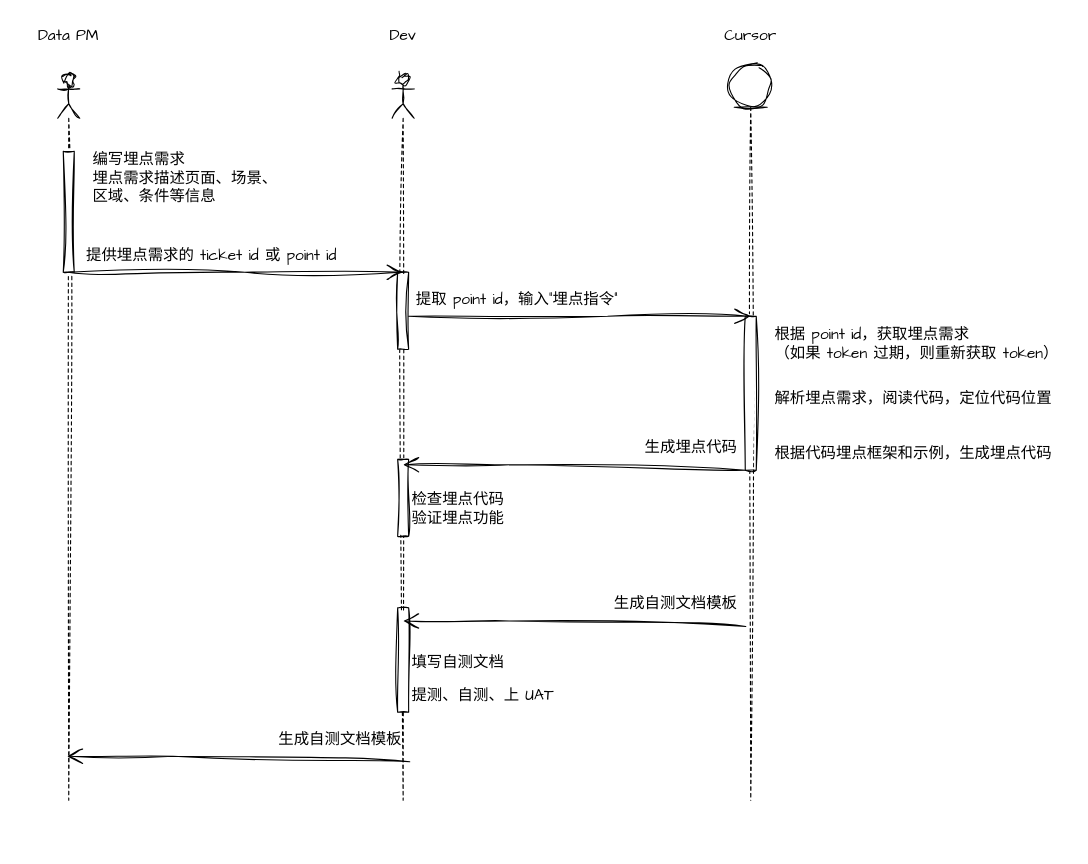
Darkindom/draw-the-diagrams keeps this draw.io diagram as Cursor绘图.drawio. Above is the earlier version. Source tidied: cells renumbered, new cells numbered last; positions are measured from the earlier drawing's top-left corner, leaving out a move shared by most shapes. Both pictures are drawn from the tidied source at 110%, with x=0, y=0 at pixel (35, 19).
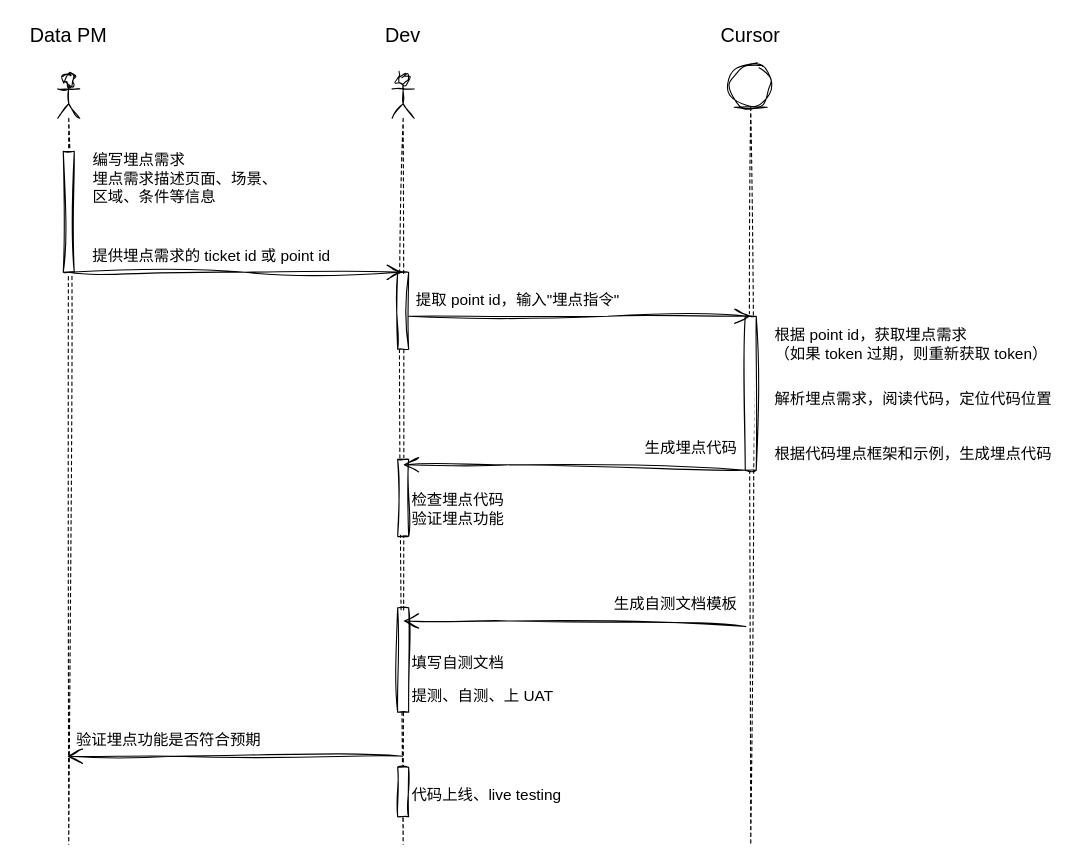
Above is the later version.

Diff of the diagram source:
```diff
@@
-    <mxCell id="2" style="shape=umlLifeline;perimeter=lifelinePerimeter;whiteSpace=wrap;html=1;outlineConnect=0;portConstraint=eastwest;newEdgeStyle={&quot;curved&quot;:0,&quot;rounded&quot;:0};participant=umlActor;sketch=1;hachureGap=4;jiggle=2;curveFitting=1;fontFamily=Architects Daughter;fontSize=14;" parent="1" vertex="1">
-      <mxGeometry x="20" y="50" width="20" height="660" as="geometry" />
+    <mxCell id="2" style="shape=umlLifeline;perimeter=lifelinePerimeter;whiteSpace=wrap;html=1;outlineConnect=0;portConstraint=eastwest;newEdgeStyle={&quot;curved&quot;:0,&quot;rounded&quot;:0};participant=umlActor;sketch=1;hachureGap=4;jiggle=2;curveFitting=1;fontFamily=手札体-简;fontSize=14;" parent="1" vertex="1">
+      <mxGeometry x="20" y="50" width="20" height="700" as="geometry" />
     </mxCell>
-    <mxCell id="3" style="html=1;perimeter=orthogonalPerimeter;targetShapes=umlLifeline;newEdgeStyle={&quot;curved&quot;:0,&quot;rounded&quot;:0};sketch=1;hachureGap=4;jiggle=2;curveFitting=1;fontFamily=Architects Daughter;fontSize=14;" parent="2" vertex="1">
+    <mxCell id="3" style="html=1;perimeter=orthogonalPerimeter;targetShapes=umlLifeline;newEdgeStyle={&quot;curved&quot;:0,&quot;rounded&quot;:0};sketch=1;hachureGap=4;jiggle=2;curveFitting=1;fontFamily=手札体-简;fontSize=14;" parent="2" vertex="1">
       <mxGeometry x="5" y="70" width="10" height="110" as="geometry" />
     </mxCell>
-    <mxCell id="4" style="shape=umlLifeline;perimeter=lifelinePerimeter;whiteSpace=wrap;html=1;outlineConnect=0;portConstraint=eastwest;newEdgeStyle={&quot;curved&quot;:0,&quot;rounded&quot;:0};participant=umlActor;sketch=1;hachureGap=4;jiggle=2;curveFitting=1;fontFamily=Architects Daughter;fontSize=14;" parent="1" vertex="1">
-      <mxGeometry x="324" y="50" width="20" height="660" as="geometry" />
+    <mxCell id="4" style="shape=umlLifeline;perimeter=lifelinePerimeter;whiteSpace=wrap;html=1;outlineConnect=0;portConstraint=eastwest;newEdgeStyle={&quot;curved&quot;:0,&quot;rounded&quot;:0};participant=umlActor;sketch=1;hachureGap=4;jiggle=2;curveFitting=1;fontFamily=手札体-简;fontSize=14;" parent="1" vertex="1">
+      <mxGeometry x="324" y="50" width="20" height="700" as="geometry" />
     </mxCell>
-    <mxCell id="5" style="html=1;perimeter=orthogonalPerimeter;targetShapes=umlLifeline;newEdgeStyle={&quot;curved&quot;:0,&quot;rounded&quot;:0};sketch=1;hachureGap=4;jiggle=2;curveFitting=1;fontFamily=Architects Daughter;" parent="4" vertex="1">
+    <mxCell id="5" style="html=1;perimeter=orthogonalPerimeter;targetShapes=umlLifeline;newEdgeStyle={&quot;curved&quot;:0,&quot;rounded&quot;:0};sketch=1;hachureGap=4;jiggle=2;curveFitting=1;fontFamily=手札体-简;fontSize=14;" parent="4" vertex="1">
       <mxGeometry x="5" y="180" width="10" height="70" as="geometry" />
     </mxCell>
-    <mxCell id="6" style="html=1;perimeter=orthogonalPerimeter;targetShapes=umlLifeline;newEdgeStyle={&quot;curved&quot;:0,&quot;rounded&quot;:0};sketch=1;hachureGap=4;jiggle=2;curveFitting=1;fontFamily=Architects Daughter;" parent="4" vertex="1">
+    <mxCell id="6" style="html=1;perimeter=orthogonalPerimeter;targetShapes=umlLifeline;newEdgeStyle={&quot;curved&quot;:0,&quot;rounded&quot;:0};sketch=1;hachureGap=4;jiggle=2;curveFitting=1;fontFamily=手札体-简;fontSize=14;" parent="4" vertex="1">
       <mxGeometry x="5" y="350" width="10" height="70" as="geometry" />
     </mxCell>
-    <mxCell id="7" style="html=1;perimeter=orthogonalPerimeter;targetShapes=umlLifeline;newEdgeStyle={&quot;curved&quot;:0,&quot;rounded&quot;:0};sketch=1;hachureGap=4;jiggle=2;curveFitting=1;fontFamily=Architects Daughter;" parent="4" vertex="1">
+    <mxCell id="7" style="html=1;perimeter=orthogonalPerimeter;targetShapes=umlLifeline;newEdgeStyle={&quot;curved&quot;:0,&quot;rounded&quot;:0};sketch=1;hachureGap=4;jiggle=2;curveFitting=1;fontFamily=手札体-简;fontSize=14;" parent="4" vertex="1">
       <mxGeometry x="5" y="485" width="10" height="95" as="geometry" />
     </mxCell>
+    <mxCell id="30" style="html=1;perimeter=orthogonalPerimeter;targetShapes=umlLifeline;newEdgeStyle={&quot;curved&quot;:0,&quot;rounded&quot;:0};sketch=1;hachureGap=4;jiggle=2;curveFitting=1;fontFamily=手札体-简;fontSize=14;" parent="4" vertex="1">
+      <mxGeometry x="5" y="630" width="10" height="45" as="geometry" />
+    </mxCell>
-    <mxCell id="8" style="shape=umlLifeline;perimeter=lifelinePerimeter;whiteSpace=wrap;html=1;newEdgeStyle={&quot;curved&quot;:0,&quot;rounded&quot;:0};participant=umlEntity;sketch=1;hachureGap=4;jiggle=2;curveFitting=1;fontFamily=Architects Daughter;fontSize=14;" parent="1" vertex="1">
-      <mxGeometry x="630" y="40" width="40" height="670" as="geometry" />
+    <mxCell id="8" style="shape=umlLifeline;perimeter=lifelinePerimeter;whiteSpace=wrap;html=1;newEdgeStyle={&quot;curved&quot;:0,&quot;rounded&quot;:0};participant=umlEntity;sketch=1;hachureGap=4;jiggle=2;curveFitting=1;fontFamily=手札体-简;fontSize=14;" parent="1" vertex="1">
+      <mxGeometry x="630" y="40" width="40" height="710" as="geometry" />
     </mxCell>
-    <mxCell id="9" style="html=1;perimeter=orthogonalPerimeter;targetShapes=umlLifeline;newEdgeStyle={&quot;curved&quot;:0,&quot;rounded&quot;:0};sketch=1;hachureGap=4;jiggle=2;curveFitting=1;fontFamily=Architects Daughter;" parent="8" vertex="1">
+    <mxCell id="9" style="html=1;perimeter=orthogonalPerimeter;targetShapes=umlLifeline;newEdgeStyle={&quot;curved&quot;:0,&quot;rounded&quot;:0};sketch=1;hachureGap=4;jiggle=2;curveFitting=1;fontFamily=手札体-简;fontSize=14;" parent="8" vertex="1">
       <mxGeometry x="15" y="230" width="10" height="140" as="geometry" />
     </mxCell>
-    <mxCell id="10" value="Data PM" style="text;html=1;align=center;verticalAlign=middle;whiteSpace=wrap;rounded=0;fontFamily=Architects Daughter;fontSize=14;" parent="1" vertex="1">
-      <mxGeometry width="60" height="30" as="geometry" />
+    <mxCell id="10" value="Data PM" style="text;html=1;align=center;verticalAlign=middle;whiteSpace=wrap;rounded=0;fontFamily=手札体-简;fontSize=18;" parent="1" vertex="1">
+      <mxGeometry x="-15" width="90" height="30" as="geometry" />
     </mxCell>
-    <mxCell id="11" value="Dev" style="text;html=1;align=center;verticalAlign=middle;whiteSpace=wrap;rounded=0;fontFamily=Architects Daughter;fontSize=14;" parent="1" vertex="1">
+    <mxCell id="11" value="Dev" style="text;html=1;align=center;verticalAlign=middle;whiteSpace=wrap;rounded=0;fontFamily=手札体-简;fontSize=18;" parent="1" vertex="1">
       <mxGeometry x="304" width="60" height="30" as="geometry" />
     </mxCell>
-    <mxCell id="12" value="Cursor" style="text;html=1;align=center;verticalAlign=middle;whiteSpace=wrap;rounded=0;fontFamily=Architects Daughter;fontSize=14;" parent="1" vertex="1">
+    <mxCell id="12" value="Cursor" style="text;html=1;align=center;verticalAlign=middle;whiteSpace=wrap;rounded=0;fontFamily=手札体-简;fontSize=18;" parent="1" vertex="1">
       <mxGeometry x="620" width="60" height="30" as="geometry" />
     </mxCell>
-    <mxCell id="13" value="编写埋点需求&lt;div&gt;埋点需求描述页面、场景、区域、条件等信息&lt;/div&gt;" style="text;html=1;align=left;verticalAlign=middle;whiteSpace=wrap;rounded=0;fontFamily=Architects Daughter;fontSize=14;" parent="1" vertex="1">
+    <mxCell id="13" value="编写埋点需求&lt;div&gt;埋点需求描述页面、场景、区域、条件等信息&lt;/div&gt;" style="text;html=1;align=left;verticalAlign=middle;whiteSpace=wrap;rounded=0;fontFamily=手札体-简;fontSize=14;" parent="1" vertex="1">
       <mxGeometry x="50" y="130" width="170" height="30" as="geometry" />
     </mxCell>
-    <mxCell id="14" value="&lt;div&gt;提供埋点需求的 ticket id 或 point id&lt;/div&gt;" style="text;html=1;align=center;verticalAlign=middle;whiteSpace=wrap;rounded=0;fontFamily=Architects Daughter;fontSize=14;" parent="1" vertex="1">
+    <mxCell id="14" value="&lt;div&gt;提供埋点需求的 ticket id 或 point id&lt;/div&gt;" style="text;html=1;align=center;verticalAlign=middle;whiteSpace=wrap;rounded=0;fontFamily=手札体-简;fontSize=14;" parent="1" vertex="1">
       <mxGeometry x="40" y="200" width="240" height="30" as="geometry" />
     </mxCell>
-    <mxCell id="15" style="endArrow=open;endFill=1;endSize=12;html=1;rounded=0;sketch=1;hachureGap=4;jiggle=2;curveFitting=1;fontFamily=Architects Daughter;fontSize=14;" parent="1" edge="1" source="2" target="4">
+    <mxCell id="15" style="endArrow=open;endFill=1;endSize=12;html=1;rounded=0;sketch=1;hachureGap=4;jiggle=2;curveFitting=1;fontFamily=手札体-简;fontSize=14;" parent="1" edge="1" source="2" target="4">
       <mxGeometry relative="1" as="geometry">
         <Array as="points">
           <mxPoint x="190" y="230" />
         </Array>
       </mxGeometry>
     </mxCell>
-    <mxCell id="16" style="endArrow=open;endFill=1;endSize=12;html=1;rounded=0;sketch=1;hachureGap=4;jiggle=2;curveFitting=1;fontFamily=Architects Daughter;fontSize=14;" parent="1" edge="1">
+    <mxCell id="16" style="endArrow=open;endFill=1;endSize=12;html=1;rounded=0;sketch=1;hachureGap=4;jiggle=2;curveFitting=1;fontFamily=手札体-简;fontSize=14;" parent="1" edge="1">
       <mxGeometry relative="1" as="geometry">
         <mxPoint x="339" y="270" as="sourcePoint" />
         <mxPoint x="649.5" y="270" as="targetPoint" />
         <Array as="points">
           <mxPoint x="520" y="270" />
         </Array>
       </mxGeometry>
     </mxCell>
-    <mxCell id="17" value="&lt;div&gt;提取 point id，输入&quot;&lt;span style=&quot;background-color: transparent; color: light-dark(rgb(0, 0, 0), rgb(255, 255, 255));&quot;&gt;埋点指令&lt;/span&gt;&lt;span style=&quot;background-color: transparent; color: light-dark(rgb(0, 0, 0), rgb(255, 255, 255));&quot;&gt;&quot;&lt;/span&gt;&lt;/div&gt;" style="text;html=1;align=left;verticalAlign=middle;whiteSpace=wrap;rounded=0;fontFamily=Architects Daughter;fontSize=14;" parent="1" vertex="1">
+    <mxCell id="17" value="&lt;div&gt;提取 point id，输入&quot;&lt;span style=&quot;background-color: transparent; color: light-dark(rgb(0, 0, 0), rgb(255, 255, 255));&quot;&gt;埋点指令&lt;/span&gt;&lt;span style=&quot;background-color: transparent; color: light-dark(rgb(0, 0, 0), rgb(255, 255, 255));&quot;&gt;&quot;&lt;/span&gt;&lt;/div&gt;" style="text;html=1;align=left;verticalAlign=middle;whiteSpace=wrap;rounded=0;fontFamily=手札体-简;fontSize=14;" parent="1" vertex="1">
       <mxGeometry x="344" y="240" width="240" height="30" as="geometry" />
     </mxCell>
-    <mxCell id="18" value="根据 point id，获取埋点需求&lt;div&gt;（如果 token 过期，则重新获取 token）&lt;/div&gt;" style="text;html=1;align=left;verticalAlign=middle;whiteSpace=wrap;rounded=0;fontFamily=Architects Daughter;fontSize=14;" parent="1" vertex="1">
+    <mxCell id="18" value="根据 point id，获取埋点需求&lt;div&gt;（如果 token 过期，则重新获取 token）&lt;/div&gt;" style="text;html=1;align=left;verticalAlign=middle;whiteSpace=wrap;rounded=0;fontFamily=手札体-简;fontSize=14;" parent="1" vertex="1">
       <mxGeometry x="670" y="280" width="270" height="30" as="geometry" />
     </mxCell>
-    <mxCell id="19" value="解析埋点需求，阅读代码，定位代码位置" style="text;html=1;align=left;verticalAlign=middle;whiteSpace=wrap;rounded=0;fontFamily=Architects Daughter;fontSize=14;" parent="1" vertex="1">
+    <mxCell id="19" value="解析埋点需求，阅读代码，定位代码位置" style="text;html=1;align=left;verticalAlign=middle;whiteSpace=wrap;rounded=0;fontFamily=手札体-简;fontSize=14;" parent="1" vertex="1">
       <mxGeometry x="670" y="330" width="270" height="30" as="geometry" />
     </mxCell>
-    <mxCell id="20" value="根据代码埋点框架和示例，生成埋点代码" style="text;html=1;align=left;verticalAlign=middle;whiteSpace=wrap;rounded=0;fontFamily=Architects Daughter;fontSize=14;" parent="1" vertex="1">
+    <mxCell id="20" value="根据代码埋点框架和示例，生成埋点代码" style="text;html=1;align=left;verticalAlign=middle;whiteSpace=wrap;rounded=0;fontFamily=手札体-简;fontSize=14;" parent="1" vertex="1">
       <mxGeometry x="670" y="380" width="270" height="30" as="geometry" />
     </mxCell>
-    <mxCell id="21" style="endArrow=open;endFill=1;endSize=12;html=1;rounded=0;sketch=1;hachureGap=4;jiggle=2;curveFitting=1;fontFamily=Architects Daughter;fontSize=14;exitX=0;exitY=1;exitDx=0;exitDy=-5;exitPerimeter=0;" parent="1" edge="1">
+    <mxCell id="21" style="endArrow=open;endFill=1;endSize=12;html=1;rounded=0;sketch=1;hachureGap=4;jiggle=2;curveFitting=1;fontFamily=手札体-简;fontSize=14;exitX=0;exitY=1;exitDx=0;exitDy=-5;exitPerimeter=0;" parent="1" edge="1">
       <mxGeometry relative="1" as="geometry">
         <mxPoint x="645.5" y="410" as="sourcePoint" />
         <mxPoint x="334" y="405" as="targetPoint" />
         <Array as="points">
           <mxPoint x="430.5" y="405" />
         </Array>
       </mxGeometry>
     </mxCell>
-    <mxCell id="22" value="生成埋点代码" style="text;html=1;align=right;verticalAlign=middle;whiteSpace=wrap;rounded=0;fontFamily=Architects Daughter;fontSize=14;" parent="1" vertex="1">
+    <mxCell id="22" value="生成埋点代码" style="text;html=1;align=right;verticalAlign=middle;whiteSpace=wrap;rounded=0;fontFamily=手札体-简;fontSize=14;" parent="1" vertex="1">
       <mxGeometry x="340" y="375" width="300" height="30" as="geometry" />
     </mxCell>
-    <mxCell id="23" value="检查埋点代码&lt;div&gt;验证埋点功能&lt;/div&gt;" style="text;html=1;align=left;verticalAlign=middle;whiteSpace=wrap;rounded=0;fontFamily=Architects Daughter;fontSize=14;" parent="1" vertex="1">
+    <mxCell id="23" value="检查埋点代码&lt;div&gt;验证埋点功能&lt;/div&gt;" style="text;html=1;align=left;verticalAlign=middle;whiteSpace=wrap;rounded=0;fontFamily=手札体-简;fontSize=14;" parent="1" vertex="1">
       <mxGeometry x="340" y="430" width="270" height="30" as="geometry" />
     </mxCell>
-    <mxCell id="24" style="endArrow=open;endFill=1;endSize=12;html=1;rounded=0;sketch=1;hachureGap=4;jiggle=2;curveFitting=1;fontFamily=Architects Daughter;fontSize=14;exitX=0;exitY=1;exitDx=0;exitDy=-5;exitPerimeter=0;" parent="1" edge="1">
+    <mxCell id="24" style="endArrow=open;endFill=1;endSize=12;html=1;rounded=0;sketch=1;hachureGap=4;jiggle=2;curveFitting=1;fontFamily=手札体-简;fontSize=14;exitX=0;exitY=1;exitDx=0;exitDy=-5;exitPerimeter=0;" parent="1" edge="1">
       <mxGeometry relative="1" as="geometry">
         <mxPoint x="645.5" y="552" as="sourcePoint" />
         <mxPoint x="334" y="547" as="targetPoint" />
         <Array as="points">
           <mxPoint x="430.5" y="547" />
         </Array>
       </mxGeometry>
     </mxCell>
-    <mxCell id="25" value="生成自测文档模板" style="text;html=1;align=right;verticalAlign=middle;whiteSpace=wrap;rounded=0;fontFamily=Architects Daughter;fontSize=14;" parent="1" vertex="1">
+    <mxCell id="25" value="生成自测文档模板" style="text;html=1;align=right;verticalAlign=middle;whiteSpace=wrap;rounded=0;fontFamily=手札体-简;fontSize=14;" parent="1" vertex="1">
       <mxGeometry x="340" y="517" width="300" height="30" as="geometry" />
     </mxCell>
-    <mxCell id="26" value="填写自测文档" style="text;html=1;align=left;verticalAlign=middle;whiteSpace=wrap;rounded=0;fontFamily=Architects Daughter;fontSize=14;" parent="1" vertex="1">
+    <mxCell id="26" value="填写自测文档" style="text;html=1;align=left;verticalAlign=middle;whiteSpace=wrap;rounded=0;fontFamily=手札体-简;fontSize=14;" parent="1" vertex="1">
       <mxGeometry x="340" y="570" width="270" height="30" as="geometry" />
     </mxCell>
-    <mxCell id="27" value="提测、自测、上 UAT" style="text;html=1;align=left;verticalAlign=middle;whiteSpace=wrap;rounded=0;fontFamily=Architects Daughter;fontSize=14;" parent="1" vertex="1">
+    <mxCell id="27" value="提测、自测、上 UAT" style="text;html=1;align=left;verticalAlign=middle;whiteSpace=wrap;rounded=0;fontFamily=手札体-简;fontSize=14;" parent="1" vertex="1">
       <mxGeometry x="340" y="600" width="270" height="30" as="geometry" />
     </mxCell>
-    <mxCell id="28" style="endArrow=open;endFill=1;endSize=12;html=1;rounded=0;sketch=1;hachureGap=4;jiggle=2;curveFitting=1;fontFamily=Architects Daughter;fontSize=14;exitX=0;exitY=1;exitDx=0;exitDy=-5;exitPerimeter=0;" parent="1" edge="1">
+    <mxCell id="28" style="endArrow=open;endFill=1;endSize=12;html=1;rounded=0;sketch=1;hachureGap=4;jiggle=2;curveFitting=1;fontFamily=手札体-简;fontSize=14;" parent="1" edge="1" source="4">
       <mxGeometry relative="1" as="geometry">
-        <mxPoint x="340" y="675" as="sourcePoint" />
         <mxPoint x="28.5" y="670" as="targetPoint" />
         <Array as="points">
           <mxPoint x="125" y="670" />
         </Array>
       </mxGeometry>
     </mxCell>
-    <mxCell id="29" value="生成自测文档模板" style="text;html=1;align=right;verticalAlign=middle;whiteSpace=wrap;rounded=0;fontFamily=Architects Daughter;fontSize=14;" parent="1" vertex="1">
-      <mxGeometry x="34.5" y="640" width="300" height="30" as="geometry" />
+    <mxCell id="29" value="验证埋点功能是否符合预期" style="text;html=1;align=left;verticalAlign=middle;whiteSpace=wrap;rounded=0;fontFamily=手札体-简;fontSize=14;" parent="1" vertex="1">
+      <mxGeometry x="34.5" y="640" width="285.5" height="30" as="geometry" />
     </mxCell>
+    <mxCell id="31" value="代码上线、live testing" style="text;html=1;align=left;verticalAlign=middle;whiteSpace=wrap;rounded=0;fontFamily=手札体-简;fontSize=14;" parent="1" vertex="1">
+      <mxGeometry x="340" y="690" width="270" height="30" as="geometry" />
+    </mxCell>
```
